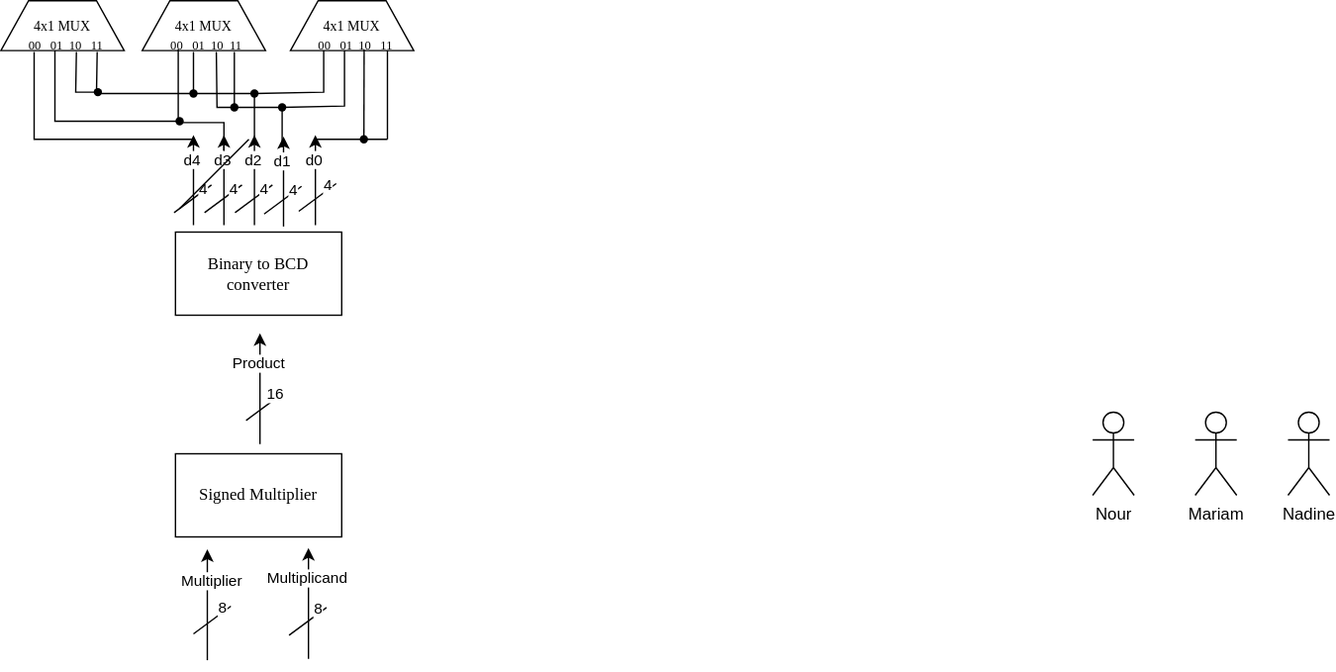
Above: signed-multiplier.drawio.svg in nkasaby/Signed-Multiplier (draw.io), before the change. Source tidied: cells renumbered, new cells last; positions are measured from the earlier drawing's top-left corner, leaving out a move shared by most shapes.
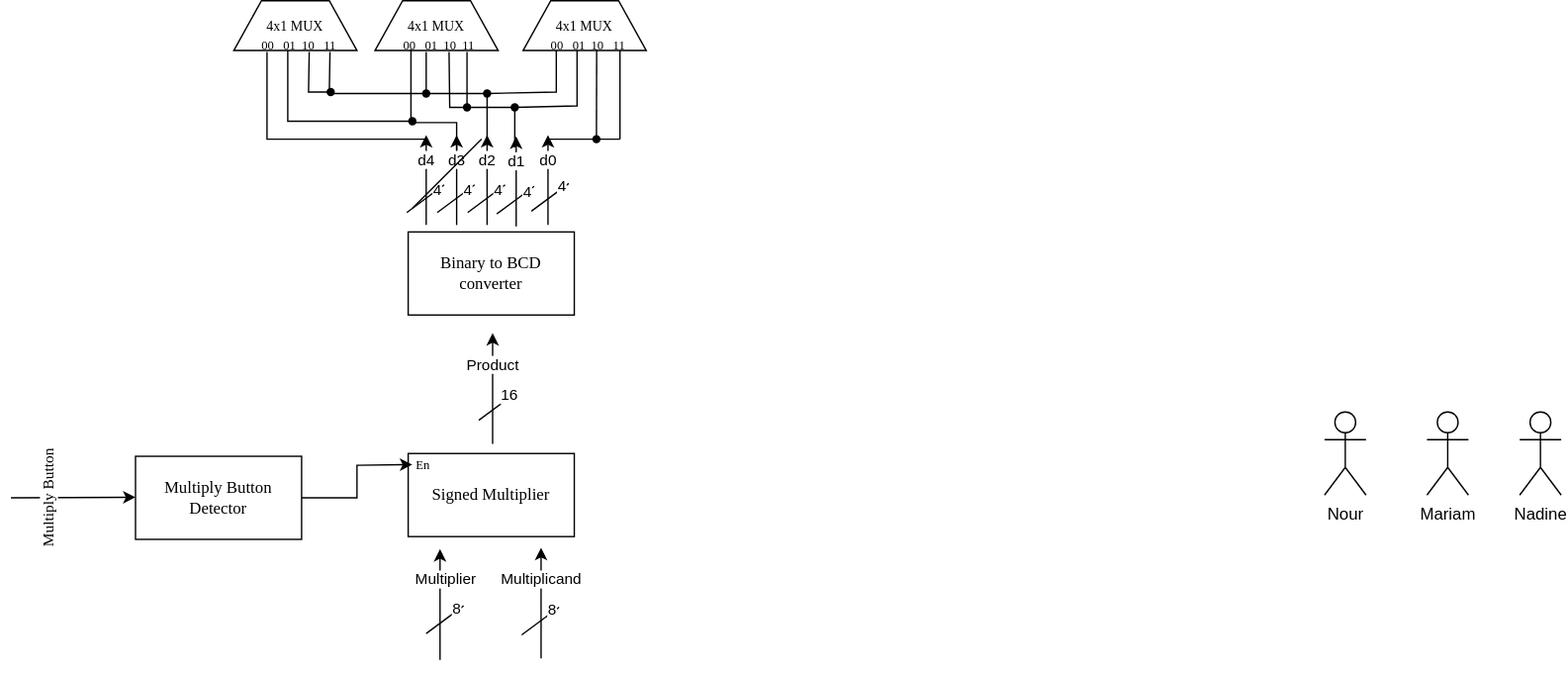
After the commit.

The edit, as a diff of the source:
```diff
@@ -352,5 +352,27 @@
         </Array>
       </mxGeometry>
     </mxCell>
+    <mxCell id="69" style="edgeStyle=orthogonalEdgeStyle;rounded=0;jettySize=auto;html=1;exitX=1;exitY=0.5;exitDx=0;exitDy=0;" parent="1" edge="1" source="70">
+      <mxGeometry relative="1" as="geometry">
+        <mxPoint x="129" y="335" as="targetPoint" />
+      </mxGeometry>
+    </mxCell>
+    <mxCell id="70" value="&lt;font face=&quot;Times New Roman&quot;&gt;Multiply Button Detector&lt;/font&gt;" style="rounded=0;whiteSpace=wrap;html=1;" parent="1" vertex="1">
+      <mxGeometry x="-71" y="329" width="120" height="60" as="geometry" />
+    </mxCell>
+    <mxCell id="71" value="&lt;font style=&quot;font-size: 9px;&quot; face=&quot;Times New Roman&quot;&gt;En&lt;/font&gt;" style="text;html=1;strokeColor=none;fillColor=none;align=center;verticalAlign=middle;whiteSpace=wrap;rounded=0;" parent="1" vertex="1">
+      <mxGeometry x="106.5" y="320" width="60" height="30" as="geometry" />
+    </mxCell>
+    <mxCell id="72" style="endArrow=classic;html=1;rounded=0;" parent="1" edge="1">
+      <mxGeometry relative="1" as="geometry">
+        <mxPoint x="-161" y="359" as="sourcePoint" />
+        <mxPoint x="-71" y="358.6" as="targetPoint" />
+      </mxGeometry>
+    </mxCell>
+    <mxCell id="73" value="&lt;font face=&quot;Times New Roman&quot;&gt;Multiply Button&lt;/font&gt;" style="edgeLabel;html=1;align=center;verticalAlign=middle;rotation=270;" parent="72" vertex="1">
+      <mxGeometry x="-0.41" y="2" relative="1" as="geometry">
+        <mxPoint y="3" as="offset" />
+      </mxGeometry>
+    </mxCell>
   </root>
 </mxGraphModel>
```
